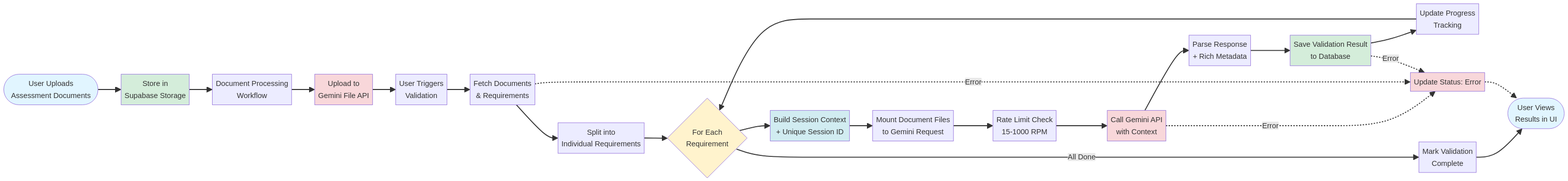
The Mermaid diagram docs/diagrams/validation-flow.png in KevinDyerAU/NytroAI, before a commit. Its source is kept beside it as docs/diagrams/validation-flow.mmd.
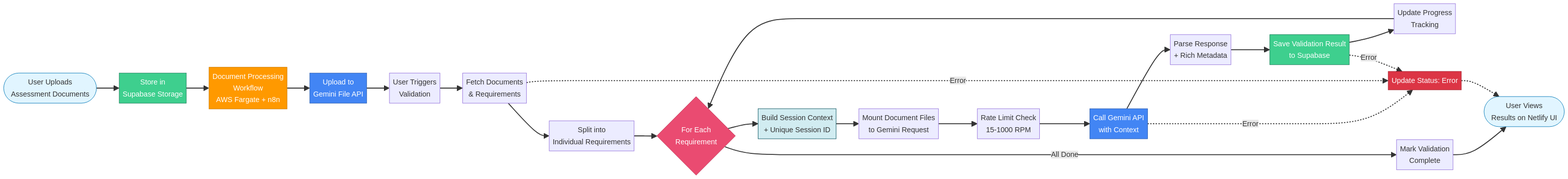
The same file after the commit.

Commit message:
feat: Update architecture diagrams with AWS Fargate, Netlify, and Supabase

The edit, as a diff of the source:
```diff
@@ -1,6 +1,6 @@
 graph LR
     START([User Uploads<br/>Assessment Documents]) --> STORE[Store in<br/>Supabase Storage]
-    STORE --> PROCESS[Document Processing<br/>Workflow]
+    STORE --> PROCESS[Document Processing<br/>Workflow<br/>AWS Fargate + n8n]
     PROCESS --> UPLOAD[Upload to<br/>Gemini File API]
     UPLOAD --> TRIGGER[User Triggers<br/>Validation]
 
@@ -15,25 +15,26 @@
     RATE --> CALL[Call Gemini API<br/>with Context]
 
     CALL --> PARSE[Parse Response<br/>+ Rich Metadata]
-    PARSE --> SAVE[Save Validation Result<br/>to Database]
+    PARSE --> SAVE[Save Validation Result<br/>to Supabase]
     SAVE --> PROGRESS[Update Progress<br/>Tracking]
 
     PROGRESS --> LOOP
 
     LOOP -->|All Done| COMPLETE[Mark Validation<br/>Complete]
-    COMPLETE --> END([User Views<br/>Results in UI])
+    COMPLETE --> END([User Views<br/>Results on Netlify UI])
 
     CALL -.->|Error| ERROR[Update Status: Error]
     FETCH -.->|Error| ERROR
     SAVE -.->|Error| ERROR
     ERROR -.-> END
 
-    style START fill:#e1f5ff
-    style STORE fill:#d4edda
-    style UPLOAD fill:#f8d7da
-    style LOOP fill:#fff3cd
-    style SESSION fill:#d1ecf1
-    style CALL fill:#f8d7da
-    style SAVE fill:#d4edda
-    style END fill:#e1f5ff
-    style ERROR fill:#f8d7da
+    style START fill:#e1f5ff,stroke:#0077b6
+    style STORE fill:#3ECF8E,stroke:#1a7f5a,color:#fff
+    style PROCESS fill:#FF9900,stroke:#cc7a00,color:#fff
+    style UPLOAD fill:#4285F4,stroke:#2a5db0,color:#fff
+    style LOOP fill:#EA4B71,stroke:#c13a5a,color:#fff
+    style SESSION fill:#d1ecf1,stroke:#0c5460
+    style CALL fill:#4285F4,stroke:#2a5db0,color:#fff
+    style SAVE fill:#3ECF8E,stroke:#1a7f5a,color:#fff
+    style END fill:#e1f5ff,stroke:#0077b6
+    style ERROR fill:#dc3545,stroke:#a71d2a,color:#fff
```
